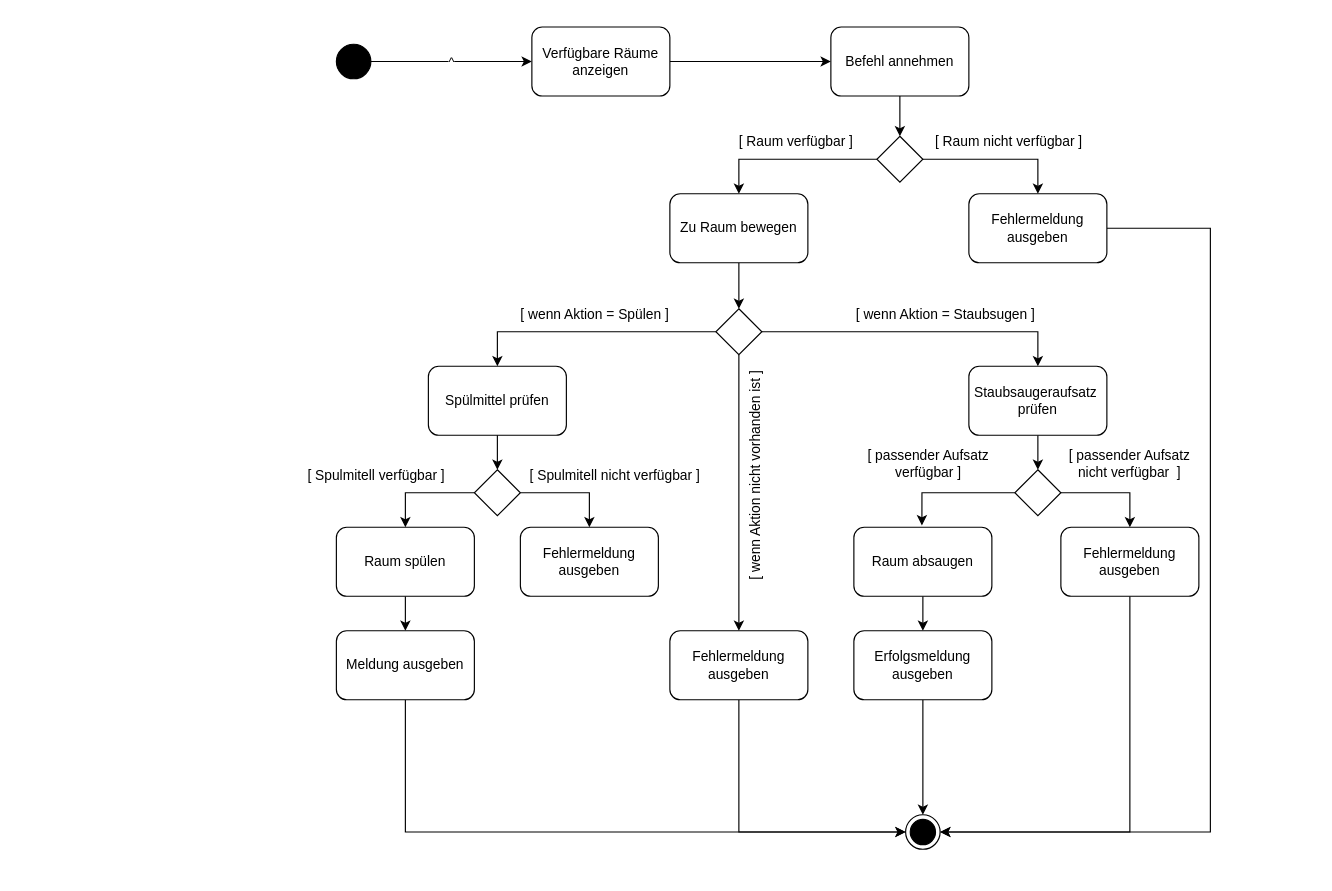
This is docs/diagrams/aktivitätsdiagramm_interaktion_2.drawio from Moewe-WHV/iSlave, a draw.io file, before an edit. Source tidied: cells renumbered, new cells numbered last; positions are measured from the earlier drawing's top-left corner, leaving out a move shared by most shapes. Both pictures are drawn from the tidied source at 115%, with x=0, y=0 at pixel (244, 26).
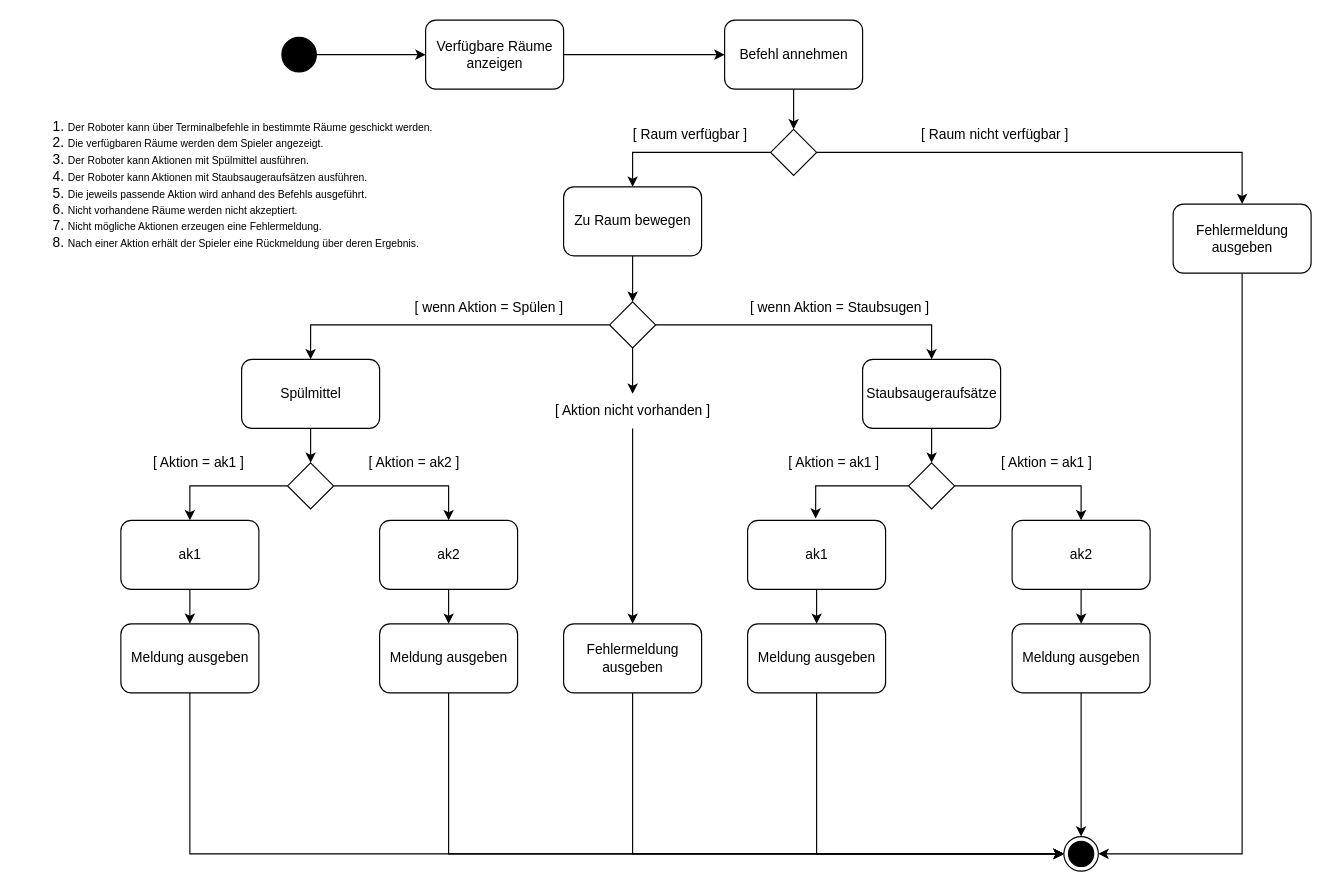
After the change.

Commit message:
Aktualisierung Aktivitätsdiagramm

Change to the diagram source:
```diff
@@
-    <mxCell id="2" value="^" style="edgeStyle=none;html=1;exitX=1;exitY=0.5;exitDx=0;exitDy=0;entryX=0;entryY=0.5;entryDx=0;entryDy=0;" parent="1" edge="1" source="3" target="51">
+    <mxCell id="2" style="edgeStyle=none;html=1;exitX=1;exitY=0.5;exitDx=0;exitDy=0;entryX=0;entryY=0.5;entryDx=0;entryDy=0;" parent="1" edge="1" source="3" target="51">
       <mxGeometry relative="1" as="geometry" />
     </mxCell>
     <mxCell id="3" style="ellipse;fillColor=strokeColor;html=1;" parent="1" vertex="1">
-      <mxGeometry x="80" y="15" width="30" height="30" as="geometry" />
+      <mxGeometry x="32.6" y="9" width="30" height="30" as="geometry" />
     </mxCell>
     <mxCell id="4" style="ellipse;html=1;shape=endState;fillColor=strokeColor;" parent="1" vertex="1">
-      <mxGeometry x="575" y="685" width="30" height="30" as="geometry" />
+      <mxGeometry x="712.6" y="704" width="30" height="30" as="geometry" />
     </mxCell>
@@
     <mxCell id="6" value="Befehl annehmen" style="rounded=1;whiteSpace=wrap;html=1;" parent="1" vertex="1">
-      <mxGeometry x="510" width="120" height="60" as="geometry" />
+      <mxGeometry x="417.6" y="-6" width="120" height="60" as="geometry" />
     </mxCell>
@@
     <mxCell id="9" style="rhombus;whiteSpace=wrap;html=1;" parent="1" vertex="1">
-      <mxGeometry x="550" y="95" width="40" height="40" as="geometry" />
+      <mxGeometry x="457.6" y="89" width="40" height="40" as="geometry" />
     </mxCell>
     <mxCell id="10" value="[ Raum verfügbar ]" style="text;html=1;align=center;verticalAlign=middle;whiteSpace=wrap;rounded=0;" parent="1" vertex="1">
-      <mxGeometry x="420" y="85" width="120" height="30" as="geometry" />
+      <mxGeometry x="327.6" y="79" width="120" height="30" as="geometry" />
     </mxCell>
@@
     <mxCell id="12" value="Zu Raum bewegen" style="rounded=1;whiteSpace=wrap;html=1;" parent="1" vertex="1">
-      <mxGeometry x="370" y="145" width="120" height="60" as="geometry" />
+      <mxGeometry x="277.6" y="139" width="120" height="60" as="geometry" />
     </mxCell>
     <mxCell id="13" value="[ Raum nicht verfügbar ]" style="text;html=1;align=center;verticalAlign=middle;whiteSpace=wrap;rounded=0;" parent="1" vertex="1">
-      <mxGeometry x="590" y="85" width="150" height="30" as="geometry" />
+      <mxGeometry x="577.6" y="79" width="150" height="30" as="geometry" />
     </mxCell>
-    <mxCell id="14" style="edgeStyle=orthogonalEdgeStyle;html=1;exitX=1;exitY=0.5;exitDx=0;exitDy=0;entryX=1;entryY=0.5;entryDx=0;entryDy=0;rounded=0;curved=0;" parent="1" edge="1" source="15" target="4">
-      <mxGeometry relative="1" as="geometry">
-        <Array as="points">
-          <mxPoint x="840" y="175" />
-          <mxPoint x="840" y="700" />
-        </Array>
-      </mxGeometry>
+    <mxCell id="14" style="edgeStyle=orthogonalEdgeStyle;html=1;exitX=0.5;exitY=1;exitDx=0;exitDy=0;entryX=1;entryY=0.5;entryDx=0;entryDy=0;rounded=0;curved=0;" parent="1" edge="1" source="15" target="4">
+      <mxGeometry relative="1" as="geometry" />
     </mxCell>
     <mxCell id="15" value="&lt;span style=&quot;scrollbar-color: rgb(226, 226, 226) rgb(251, 251, 251); color: rgb(0, 0, 0);&quot;&gt;Fehlermeldung&lt;/span&gt;&lt;br style=&quot;scrollbar-color: rgb(226, 226, 226) rgb(251, 251, 251); color: rgb(63, 63, 63);&quot;&gt;&lt;span style=&quot;scrollbar-color: rgb(226, 226, 226) rgb(251, 251, 251); color: rgb(0, 0, 0);&quot;&gt;ausgeben&lt;/span&gt;" style="rounded=1;whiteSpace=wrap;html=1;" parent="1" vertex="1">
-      <mxGeometry x="630" y="145" width="120" height="60" as="geometry" />
+      <mxGeometry x="807.6" y="154" width="120" height="60" as="geometry" />
     </mxCell>
@@
-    <mxCell id="18" style="edgeStyle=none;html=1;exitX=0.5;exitY=1;exitDx=0;exitDy=0;entryX=0.5;entryY=0;entryDx=0;entryDy=0;" parent="1" edge="1" source="19" target="44">
+    <mxCell id="18" style="edgeStyle=none;html=1;exitX=0.5;exitY=1;exitDx=0;exitDy=0;entryX=0.5;entryY=0;entryDx=0;entryDy=0;" parent="1" edge="1" source="45" target="44">
       <mxGeometry relative="1" as="geometry" />
     </mxCell>
     <mxCell id="19" style="rhombus;whiteSpace=wrap;html=1;" parent="1" vertex="1">
-      <mxGeometry x="410" y="245" width="40" height="40" as="geometry" />
+      <mxGeometry x="317.6" y="239" width="40" height="40" as="geometry" />
     </mxCell>
     <mxCell id="20" value="[ wenn Aktion = Spülen ]" style="text;html=1;align=center;verticalAlign=middle;whiteSpace=wrap;rounded=0;" parent="1" vertex="1">
-      <mxGeometry x="235" y="235" width="140" height="30" as="geometry" />
+      <mxGeometry x="142.6" y="229" width="140" height="30" as="geometry" />
     </mxCell>
     <mxCell id="21" value="[ wenn Aktion = Staubsugen ]" style="text;html=1;align=center;verticalAlign=middle;whiteSpace=wrap;rounded=0;rotation=0;" parent="1" vertex="1">
-      <mxGeometry x="530" y="235" width="160" height="30" as="geometry" />
+      <mxGeometry x="437.6" y="229" width="160" height="30" as="geometry" />
     </mxCell>
-    <mxCell id="22" value="Spülmittel prüfen" style="rounded=1;whiteSpace=wrap;html=1;" parent="1" vertex="1">
-      <mxGeometry x="160" y="295" width="120" height="60" as="geometry" />
+    <mxCell id="22" value="Spülmittel" style="rounded=1;whiteSpace=wrap;html=1;" parent="1" vertex="1">
+      <mxGeometry x="-2.4" y="289" width="120" height="60" as="geometry" />
     </mxCell>
@@
-    <mxCell id="24" value="Staubsaugeraufsatz&amp;nbsp;&lt;br&gt;prüfen" style="rounded=1;whiteSpace=wrap;html=1;" parent="1" vertex="1">
-      <mxGeometry x="630" y="295" width="120" height="60" as="geometry" />
+    <mxCell id="24" value="Staubsaugeraufsätze" style="rounded=1;whiteSpace=wrap;html=1;" parent="1" vertex="1">
+      <mxGeometry x="537.6" y="289" width="120" height="60" as="geometry" />
     </mxCell>
+    <mxCell id="26" style="edgeStyle=orthogonalEdgeStyle;html=1;exitX=1;exitY=0.5;exitDx=0;exitDy=0;entryX=0.5;entryY=0;entryDx=0;entryDy=0;rounded=0;curved=0;" parent="1" edge="1" source="27" target="33">
+      <mxGeometry relative="1" as="geometry" />
+    </mxCell>
@@
-    <mxCell id="26" style="edgeStyle=orthogonalEdgeStyle;html=1;exitX=1;exitY=0.5;exitDx=0;exitDy=0;entryX=0.5;entryY=0;entryDx=0;entryDy=0;rounded=0;curved=0;" parent="1" edge="1" source="27" target="33">
-      <mxGeometry relative="1" as="geometry" />
-    </mxCell>
     <mxCell id="27" style="rhombus;whiteSpace=wrap;html=1;" parent="1" vertex="1">
-      <mxGeometry x="200" y="385" width="40" height="40" as="geometry" />
+      <mxGeometry x="37.6" y="379" width="40" height="40" as="geometry" />
     </mxCell>
@@
-    <mxCell id="29" value="[ Spulmitell verfügbar ]" style="text;html=1;align=center;verticalAlign=middle;whiteSpace=wrap;rounded=0;" parent="1" vertex="1">
-      <mxGeometry y="375" width="230" height="30" as="geometry" />
+    <mxCell id="29" value="[ Aktion = ak1 ]" style="text;html=1;align=center;verticalAlign=middle;whiteSpace=wrap;rounded=0;" parent="1" vertex="1">
+      <mxGeometry x="-92.4" y="364" width="105" height="30" as="geometry" />
     </mxCell>
-    <mxCell id="30" value="[ Spulmitell nicht verfügbar ]" style="text;html=1;align=center;verticalAlign=middle;whiteSpace=wrap;rounded=0;" parent="1" vertex="1">
-      <mxGeometry x="245" y="375" width="155" height="30" as="geometry" />
+    <mxCell id="30" value="[ Aktion = ak2 ]" style="text;html=1;align=center;verticalAlign=middle;whiteSpace=wrap;rounded=0;" parent="1" vertex="1">
+      <mxGeometry x="97.6" y="364" width="100" height="30" as="geometry" />
     </mxCell>
@@
-    <mxCell id="32" value="Raum spülen" style="rounded=1;whiteSpace=wrap;html=1;" parent="1" vertex="1">
-      <mxGeometry x="80" y="435" width="120" height="60" as="geometry" />
+    <mxCell id="32" value="ak1" style="rounded=1;whiteSpace=wrap;html=1;" parent="1" vertex="1">
+      <mxGeometry x="-107.4" y="429" width="120" height="60" as="geometry" />
     </mxCell>
+    <mxCell id="52" style="edgeStyle=none;html=1;exitX=0.5;exitY=1;exitDx=0;exitDy=0;entryX=0.5;entryY=0;entryDx=0;entryDy=0;" parent="1" edge="1" source="33" target="58">
+      <mxGeometry relative="1" as="geometry" />
+    </mxCell>
-    <mxCell id="33" value="Fehlermeldung&lt;br&gt;ausgeben" style="rounded=1;whiteSpace=wrap;html=1;" parent="1" vertex="1">
-      <mxGeometry x="240" y="435" width="120" height="60" as="geometry" />
+    <mxCell id="33" value="ak2" style="rounded=1;whiteSpace=wrap;html=1;" parent="1" vertex="1">
+      <mxGeometry x="117.6" y="429" width="120" height="60" as="geometry" />
     </mxCell>
-    <mxCell id="34" value="[ passender Aufsatz&lt;br&gt;verfügbar ]" style="text;html=1;align=center;verticalAlign=middle;whiteSpace=wrap;rounded=0;" parent="1" vertex="1">
-      <mxGeometry x="530" y="365" width="130" height="30" as="geometry" />
+    <mxCell id="34" value="[ Aktion = ak1&amp;nbsp;]" style="text;html=1;align=center;verticalAlign=middle;whiteSpace=wrap;rounded=0;" parent="1" vertex="1">
+      <mxGeometry x="447.6" y="364" width="130" height="30" as="geometry" />
     </mxCell>
-    <mxCell id="35" value="[ passender Aufsatz nicht verfügbar&amp;nbsp; ]" style="text;html=1;align=center;verticalAlign=middle;whiteSpace=wrap;rounded=0;" parent="1" vertex="1">
-      <mxGeometry x="715" y="365" width="110" height="30" as="geometry" />
+    <mxCell id="35" value="[ Aktion = ak1 ]" style="text;html=1;align=center;verticalAlign=middle;whiteSpace=wrap;rounded=0;" parent="1" vertex="1">
+      <mxGeometry x="642.6" y="364" width="110" height="30" as="geometry" />
     </mxCell>
@@
     <mxCell id="37" style="rhombus;whiteSpace=wrap;html=1;" parent="1" vertex="1">
-      <mxGeometry x="670" y="385" width="40" height="40" as="geometry" />
+      <mxGeometry x="577.6" y="379" width="40" height="40" as="geometry" />
     </mxCell>
-    <mxCell id="38" style="edgeStyle=none;html=1;exitX=0.5;exitY=1;exitDx=0;exitDy=0;entryX=0.5;entryY=0;entryDx=0;entryDy=0;" parent="1" edge="1" source="39" target="47">
-      <mxGeometry relative="1" as="geometry" />
-    </mxCell>
+    <mxCell id="53" style="edgeStyle=none;html=1;exitX=0.5;exitY=1;exitDx=0;exitDy=0;" parent="1" edge="1" source="39" target="60">
+      <mxGeometry relative="1" as="geometry" />
+    </mxCell>
-    <mxCell id="39" value="Raum absaugen" style="rounded=1;whiteSpace=wrap;html=1;" parent="1" vertex="1">
-      <mxGeometry x="530" y="435" width="120" height="60" as="geometry" />
+    <mxCell id="39" value="ak1" style="rounded=1;whiteSpace=wrap;html=1;" parent="1" vertex="1">
+      <mxGeometry x="437.6" y="429" width="120" height="60" as="geometry" />
     </mxCell>
-    <mxCell id="40" style="edgeStyle=orthogonalEdgeStyle;html=1;exitX=0.5;exitY=1;exitDx=0;exitDy=0;entryX=1;entryY=0.5;entryDx=0;entryDy=0;rounded=0;" parent="1" edge="1" source="41" target="4">
-      <mxGeometry relative="1" as="geometry" />
-    </mxCell>
+    <mxCell id="54" style="edgeStyle=none;html=1;exitX=0.5;exitY=1;exitDx=0;exitDy=0;" parent="1" edge="1" source="41" target="62">
+      <mxGeometry relative="1" as="geometry" />
+    </mxCell>
-    <mxCell id="41" value="&lt;span style=&quot;color: rgb(0, 0, 0);&quot;&gt;Fehlermeldung&lt;/span&gt;&lt;br style=&quot;color: rgb(63, 63, 63); scrollbar-color: rgb(226, 226, 226) rgb(251, 251, 251);&quot;&gt;&lt;span style=&quot;color: rgb(0, 0, 0);&quot;&gt;ausgeben&lt;/span&gt;" style="rounded=1;whiteSpace=wrap;html=1;" parent="1" vertex="1">
-      <mxGeometry x="710" y="435" width="120" height="60" as="geometry" />
+    <mxCell id="41" value="ak2" style="rounded=1;whiteSpace=wrap;html=1;" parent="1" vertex="1">
+      <mxGeometry x="667.6" y="429" width="120" height="60" as="geometry" />
     </mxCell>
@@
     <mxCell id="44" value="&lt;span style=&quot;color: rgb(0, 0, 0);&quot;&gt;Fehlermeldung&lt;/span&gt;&lt;br style=&quot;color: rgb(63, 63, 63); scrollbar-color: rgb(226, 226, 226) rgb(251, 251, 251);&quot;&gt;&lt;span style=&quot;color: rgb(0, 0, 0);&quot;&gt;ausgeben&lt;/span&gt;" style="rounded=1;whiteSpace=wrap;html=1;" parent="1" vertex="1">
-      <mxGeometry x="370" y="525" width="120" height="60" as="geometry" />
+      <mxGeometry x="277.6" y="519" width="120" height="60" as="geometry" />
     </mxCell>
-    <mxCell id="45" value="[ wenn Aktion nicht vorhanden ist ]" style="text;html=1;align=center;verticalAlign=middle;whiteSpace=wrap;rounded=0;rotation=-90;" parent="1" vertex="1">
-      <mxGeometry x="350" y="375" width="190" height="30" as="geometry" />
-    </mxCell>
-    <mxCell id="46" style="edgeStyle=none;html=1;exitX=0.5;exitY=1;exitDx=0;exitDy=0;entryX=0.5;entryY=0;entryDx=0;entryDy=0;" parent="1" edge="1" source="47" target="4">
-      <mxGeometry relative="1" as="geometry" />
-    </mxCell>
-    <mxCell id="47" value="Erfolgsmeldung ausgeben" style="rounded=1;whiteSpace=wrap;html=1;" parent="1" vertex="1">
-      <mxGeometry x="530" y="525" width="120" height="60" as="geometry" />
-    </mxCell>
@@
     <mxCell id="49" value="Meldung ausgeben" style="rounded=1;whiteSpace=wrap;html=1;" parent="1" vertex="1">
-      <mxGeometry x="80" y="525" width="120" height="60" as="geometry" />
+      <mxGeometry x="-107.4" y="519" width="120" height="60" as="geometry" />
     </mxCell>
@@
     <mxCell id="51" value="Verfügbare Räume&lt;br&gt;anzeigen" style="rounded=1;whiteSpace=wrap;html=1;" parent="1" vertex="1">
-      <mxGeometry x="250" width="120" height="60" as="geometry" />
+      <mxGeometry x="157.6" y="-6" width="120" height="60" as="geometry" />
     </mxCell>
+    <mxCell id="55" style="edgeStyle=none;html=1;exitX=0.5;exitY=1;exitDx=0;exitDy=0;entryX=0.5;entryY=0;entryDx=0;entryDy=0;" parent="1" edge="1" source="19" target="45">
+      <mxGeometry relative="1" as="geometry" />
+    </mxCell>
+    <mxCell id="45" value="[ Aktion nicht vorhanden ]" style="text;html=1;align=center;verticalAlign=middle;whiteSpace=wrap;rounded=0;rotation=0;" parent="1" vertex="1">
+      <mxGeometry x="242.6" y="319" width="190" height="30" as="geometry" />
+    </mxCell>
+    <mxCell id="56" value="&lt;div&gt;&lt;ol&gt;&lt;li&gt;&lt;font style=&quot;font-size: 9px;&quot; color=&quot;#000000&quot;&gt;Der Roboter kann über Terminalbefehle in bestimmte Räume geschickt werden.&lt;/font&gt;&lt;/li&gt;&lt;li&gt;&lt;font style=&quot;font-size: 9px;&quot; color=&quot;#000000&quot;&gt;Die verfügbaren Räume werden dem Spieler angezeigt.&lt;/font&gt;&lt;/li&gt;&lt;li&gt;&lt;font style=&quot;font-size: 9px;&quot; color=&quot;#000000&quot;&gt;Der Roboter kann Aktionen mit Spülmittel ausführen.&lt;/font&gt;&lt;/li&gt;&lt;li&gt;&lt;font style=&quot;font-size: 9px;&quot; color=&quot;#000000&quot;&gt;Der Roboter kann Aktionen mit Staubsaugeraufsätzen ausführen.&lt;/font&gt;&lt;/li&gt;&lt;li&gt;&lt;font style=&quot;font-size: 9px;&quot; color=&quot;#000000&quot;&gt;Die jeweils passende Aktion wird anhand des Befehls ausgeführt.&lt;/font&gt;&lt;/li&gt;&lt;li&gt;&lt;font style=&quot;font-size: 9px;&quot; color=&quot;#000000&quot;&gt;Nicht vorhandene Räume werden nicht akzeptiert.&lt;/font&gt;&lt;/li&gt;&lt;li&gt;&lt;font style=&quot;font-size: 9px;&quot; color=&quot;#000000&quot;&gt;Nicht mögliche Aktionen erzeugen eine Fehlermeldung.&lt;/font&gt;&lt;/li&gt;&lt;li&gt;&lt;font style=&quot;font-size: 9px;&quot; color=&quot;#000000&quot;&gt;Nach einer Aktion erhält der Spieler eine Rückmeldung über deren Ergebnis.&lt;/font&gt;&lt;/li&gt;&lt;/ol&gt;&lt;/div&gt;" style="text;html=1;align=left;verticalAlign=middle;whiteSpace=wrap;rounded=0;" parent="1" vertex="1">
+      <mxGeometry x="-195" y="59" width="437.6" height="155" as="geometry" />
+    </mxCell>
+    <mxCell id="57" style="edgeStyle=orthogonalEdgeStyle;html=1;exitX=0.5;exitY=1;exitDx=0;exitDy=0;entryX=0;entryY=0.5;entryDx=0;entryDy=0;rounded=0;curved=0;" parent="1" edge="1" source="58" target="4">
+      <mxGeometry relative="1" as="geometry" />
+    </mxCell>
+    <mxCell id="58" value="Meldung ausgeben" style="rounded=1;whiteSpace=wrap;html=1;" parent="1" vertex="1">
+      <mxGeometry x="117.6" y="519" width="120" height="60" as="geometry" />
+    </mxCell>
+    <mxCell id="59" style="edgeStyle=orthogonalEdgeStyle;html=1;exitX=0.5;exitY=1;exitDx=0;exitDy=0;entryX=0;entryY=0.5;entryDx=0;entryDy=0;rounded=0;curved=0;" parent="1" edge="1" source="60" target="4">
+      <mxGeometry relative="1" as="geometry" />
+    </mxCell>
+    <mxCell id="60" value="Meldung ausgeben" style="rounded=1;whiteSpace=wrap;html=1;" parent="1" vertex="1">
+      <mxGeometry x="437.6" y="519" width="120" height="60" as="geometry" />
+    </mxCell>
+    <mxCell id="61" style="edgeStyle=none;html=1;exitX=0.5;exitY=1;exitDx=0;exitDy=0;entryX=0.5;entryY=0;entryDx=0;entryDy=0;" parent="1" edge="1" source="62" target="4">
+      <mxGeometry relative="1" as="geometry" />
+    </mxCell>
+    <mxCell id="62" value="Meldung ausgeben" style="rounded=1;whiteSpace=wrap;html=1;" parent="1" vertex="1">
+      <mxGeometry x="667.6" y="519" width="120" height="60" as="geometry" />
+    </mxCell>
```
